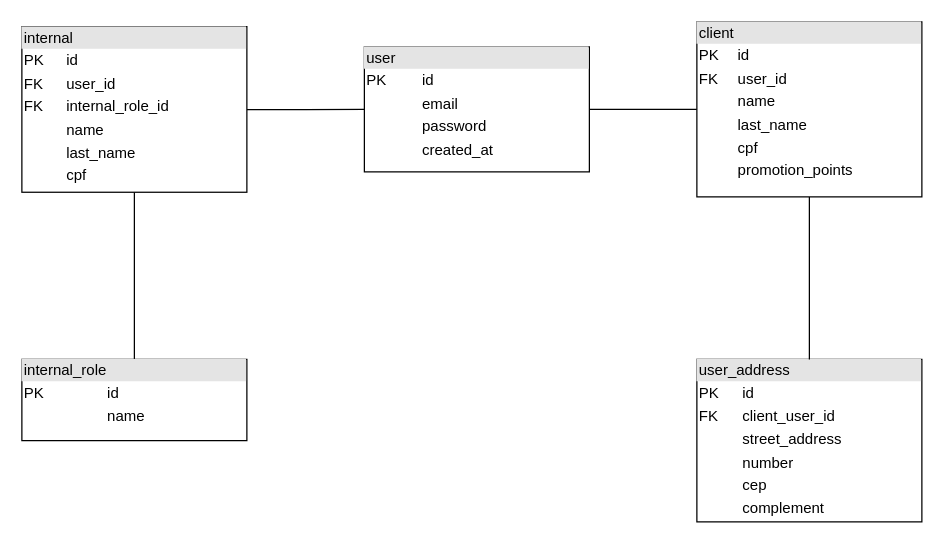
doda-s/nippon-ten keeps this draw.io diagram as page "User" (2 of 2) of docs/data-modeling/data_modeling.drawio. Above is the earlier version. Source tidied: cells renumbered, new cells numbered last; positions are measured from the earlier drawing's top-left corner, leaving out a move shared by most shapes. Both pictures are drawn from the tidied source at 125%, with x=0, y=0 at pixel (21, 21).
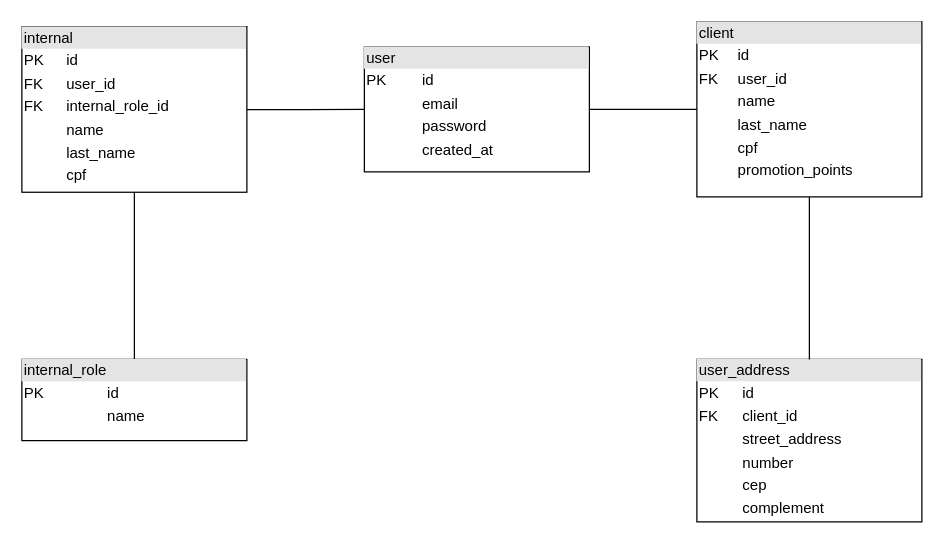
Above is the later version.

Commit message:
docs: update user_address table structure to reference client_id instead of client_user_id

What changed in the source:
```diff
@@
 <mxGraphModel>
   <root>
     <mxCell id="0" />
     <mxCell id="1" parent="0" />
     <mxCell id="2" value="&lt;div style=&quot;box-sizing: border-box; width: 100%; background: rgb(228, 228, 228); padding: 2px;&quot;&gt;user&lt;/div&gt;&lt;table style=&quot;width:100%;font-size:1em;&quot; cellpadding=&quot;2&quot; cellspacing=&quot;0&quot;&gt;&lt;tbody&gt;&lt;tr&gt;&lt;td&gt;PK&lt;/td&gt;&lt;td&gt;id&lt;/td&gt;&lt;/tr&gt;&lt;tr&gt;&lt;td&gt;&lt;br&gt;&lt;/td&gt;&lt;td&gt;email&lt;/td&gt;&lt;/tr&gt;&lt;tr&gt;&lt;td&gt;&lt;br&gt;&lt;/td&gt;&lt;td&gt;password&lt;br&gt;&lt;/td&gt;&lt;/tr&gt;&lt;tr&gt;&lt;td&gt;&lt;br&gt;&lt;/td&gt;&lt;td&gt;created_at&lt;/td&gt;&lt;/tr&gt;&lt;/tbody&gt;&lt;/table&gt;" style="verticalAlign=top;align=left;overflow=fill;html=1;whiteSpace=wrap;" parent="1" vertex="1">
       <mxGeometry x="274" y="20" width="180" height="100" as="geometry" />
     </mxCell>
-    <mxCell id="3" value="&lt;div style=&quot;box-sizing: border-box; width: 100%; background: rgb(228, 228, 228); padding: 2px;&quot;&gt;user_address&lt;/div&gt;&lt;table style=&quot;width:100%;font-size:1em;&quot; cellpadding=&quot;2&quot; cellspacing=&quot;0&quot;&gt;&lt;tbody&gt;&lt;tr&gt;&lt;td&gt;PK&lt;/td&gt;&lt;td&gt;id&lt;/td&gt;&lt;/tr&gt;&lt;tr&gt;&lt;td&gt;FK&lt;/td&gt;&lt;td&gt;client_user_id&lt;/td&gt;&lt;/tr&gt;&lt;tr&gt;&lt;td&gt;&lt;/td&gt;&lt;td&gt;street_address&lt;/td&gt;&lt;/tr&gt;&lt;tr&gt;&lt;td&gt;&lt;br&gt;&lt;/td&gt;&lt;td&gt;number&lt;/td&gt;&lt;/tr&gt;&lt;tr&gt;&lt;td&gt;&lt;br&gt;&lt;/td&gt;&lt;td&gt;cep&lt;/td&gt;&lt;/tr&gt;&lt;tr&gt;&lt;td&gt;&lt;br&gt;&lt;/td&gt;&lt;td&gt;complement&lt;/td&gt;&lt;/tr&gt;&lt;/tbody&gt;&lt;/table&gt;" style="verticalAlign=top;align=left;overflow=fill;html=1;whiteSpace=wrap;" parent="1" vertex="1">
+    <mxCell id="3" value="&lt;div style=&quot;box-sizing: border-box; width: 100%; background: rgb(228, 228, 228); padding: 2px;&quot;&gt;user_address&lt;/div&gt;&lt;table style=&quot;width:100%;font-size:1em;&quot; cellpadding=&quot;2&quot; cellspacing=&quot;0&quot;&gt;&lt;tbody&gt;&lt;tr&gt;&lt;td&gt;PK&lt;/td&gt;&lt;td&gt;id&lt;/td&gt;&lt;/tr&gt;&lt;tr&gt;&lt;td&gt;FK&lt;/td&gt;&lt;td&gt;client_id&lt;/td&gt;&lt;/tr&gt;&lt;tr&gt;&lt;td&gt;&lt;/td&gt;&lt;td&gt;street_address&lt;/td&gt;&lt;/tr&gt;&lt;tr&gt;&lt;td&gt;&lt;br&gt;&lt;/td&gt;&lt;td&gt;number&lt;/td&gt;&lt;/tr&gt;&lt;tr&gt;&lt;td&gt;&lt;br&gt;&lt;/td&gt;&lt;td&gt;cep&lt;/td&gt;&lt;/tr&gt;&lt;tr&gt;&lt;td&gt;&lt;br&gt;&lt;/td&gt;&lt;td&gt;complement&lt;/td&gt;&lt;/tr&gt;&lt;/tbody&gt;&lt;/table&gt;" style="verticalAlign=top;align=left;overflow=fill;html=1;whiteSpace=wrap;" parent="1" vertex="1">
       <mxGeometry x="540" y="270" width="180" height="130" as="geometry" />
     </mxCell>
     <mxCell id="4" style="edgeStyle=orthogonalEdgeStyle;rounded=0;jettySize=auto;html=1;entryX=0;entryY=0.5;entryDx=0;entryDy=0;endArrow=none;endFill=0;" parent="1" edge="1" source="6" target="2">
       <mxGeometry relative="1" as="geometry" />
     </mxCell>
     <mxCell id="5" style="edgeStyle=orthogonalEdgeStyle;rounded=0;jettySize=auto;html=1;entryX=0.5;entryY=0;entryDx=0;entryDy=0;endArrow=none;endFill=0;" parent="1" edge="1" source="6" target="7">
       <mxGeometry relative="1" as="geometry" />
     </mxCell>
     <mxCell id="6" value="&lt;div style=&quot;box-sizing: border-box; width: 100%; background: rgb(228, 228, 228); padding: 2px;&quot;&gt;internal&lt;/div&gt;&lt;table style=&quot;width:100%;font-size:1em;&quot; cellpadding=&quot;2&quot; cellspacing=&quot;0&quot;&gt;&lt;tbody&gt;&lt;tr&gt;&lt;td&gt;PK&lt;/td&gt;&lt;td&gt;id&lt;/td&gt;&lt;/tr&gt;&lt;tr&gt;&lt;td&gt;FK&lt;/td&gt;&lt;td&gt;user_id&lt;/td&gt;&lt;/tr&gt;&lt;tr&gt;&lt;td&gt;FK&lt;/td&gt;&lt;td&gt;internal_role_id&lt;/td&gt;&lt;/tr&gt;&lt;tr&gt;&lt;td&gt;&lt;br&gt;&lt;/td&gt;&lt;td&gt;name&lt;/td&gt;&lt;/tr&gt;&lt;tr&gt;&lt;td&gt;&lt;br&gt;&lt;/td&gt;&lt;td&gt;last_name&lt;/td&gt;&lt;/tr&gt;&lt;tr&gt;&lt;td&gt;&lt;br&gt;&lt;/td&gt;&lt;td&gt;cpf&lt;/td&gt;&lt;/tr&gt;&lt;/tbody&gt;&lt;/table&gt;" style="verticalAlign=top;align=left;overflow=fill;html=1;whiteSpace=wrap;" parent="1" vertex="1">
       <mxGeometry y="3.8" width="180" height="132.5" as="geometry" />
     </mxCell>
     <mxCell id="7" value="&lt;div style=&quot;box-sizing: border-box; width: 100%; background: rgb(228, 228, 228); padding: 2px;&quot;&gt;internal_role&lt;/div&gt;&lt;table style=&quot;width:100%;font-size:1em;&quot; cellpadding=&quot;2&quot; cellspacing=&quot;0&quot;&gt;&lt;tbody&gt;&lt;tr&gt;&lt;td&gt;PK&lt;/td&gt;&lt;td&gt;id&lt;/td&gt;&lt;/tr&gt;&lt;tr&gt;&lt;td&gt;&lt;br&gt;&lt;/td&gt;&lt;td&gt;name&lt;/td&gt;&lt;/tr&gt;&lt;/tbody&gt;&lt;/table&gt;" style="verticalAlign=top;align=left;overflow=fill;html=1;whiteSpace=wrap;" parent="1" vertex="1">
       <mxGeometry y="270" width="180" height="65" as="geometry" />
     </mxCell>
     <mxCell id="8" style="edgeStyle=orthogonalEdgeStyle;rounded=0;jettySize=auto;html=1;entryX=0.5;entryY=0;entryDx=0;entryDy=0;endArrow=none;endFill=0;" parent="1" edge="1" source="10" target="3">
       <mxGeometry relative="1" as="geometry" />
     </mxCell>
     <mxCell id="9" style="edgeStyle=orthogonalEdgeStyle;rounded=0;jettySize=auto;html=1;entryX=1;entryY=0.5;entryDx=0;entryDy=0;endArrow=none;endFill=0;" parent="1" edge="1" source="10" target="2">
       <mxGeometry relative="1" as="geometry" />
     </mxCell>
     <mxCell id="10" value="&lt;div style=&quot;box-sizing: border-box; width: 100%; background: rgb(228, 228, 228); padding: 2px;&quot;&gt;client&lt;/div&gt;&lt;table style=&quot;width:100%;font-size:1em;&quot; cellpadding=&quot;2&quot; cellspacing=&quot;0&quot;&gt;&lt;tbody&gt;&lt;tr&gt;&lt;td&gt;PK&lt;/td&gt;&lt;td&gt;id&lt;/td&gt;&lt;/tr&gt;&lt;tr&gt;&lt;td&gt;FK&lt;/td&gt;&lt;td&gt;user_id&lt;/td&gt;&lt;/tr&gt;&lt;tr&gt;&lt;td&gt;&lt;br&gt;&lt;/td&gt;&lt;td&gt;name&lt;/td&gt;&lt;/tr&gt;&lt;tr&gt;&lt;td&gt;&lt;br&gt;&lt;/td&gt;&lt;td&gt;last_name&lt;/td&gt;&lt;/tr&gt;&lt;tr&gt;&lt;td&gt;&lt;br&gt;&lt;/td&gt;&lt;td&gt;cpf&lt;/td&gt;&lt;/tr&gt;&lt;tr&gt;&lt;td&gt;&lt;br&gt;&lt;/td&gt;&lt;td&gt;promotion_points&lt;/td&gt;&lt;/tr&gt;&lt;/tbody&gt;&lt;/table&gt;" style="verticalAlign=top;align=left;overflow=fill;html=1;whiteSpace=wrap;" parent="1" vertex="1">
       <mxGeometry x="540" width="180" height="140" as="geometry" />
     </mxCell>
   </root>
 </mxGraphModel>
```
